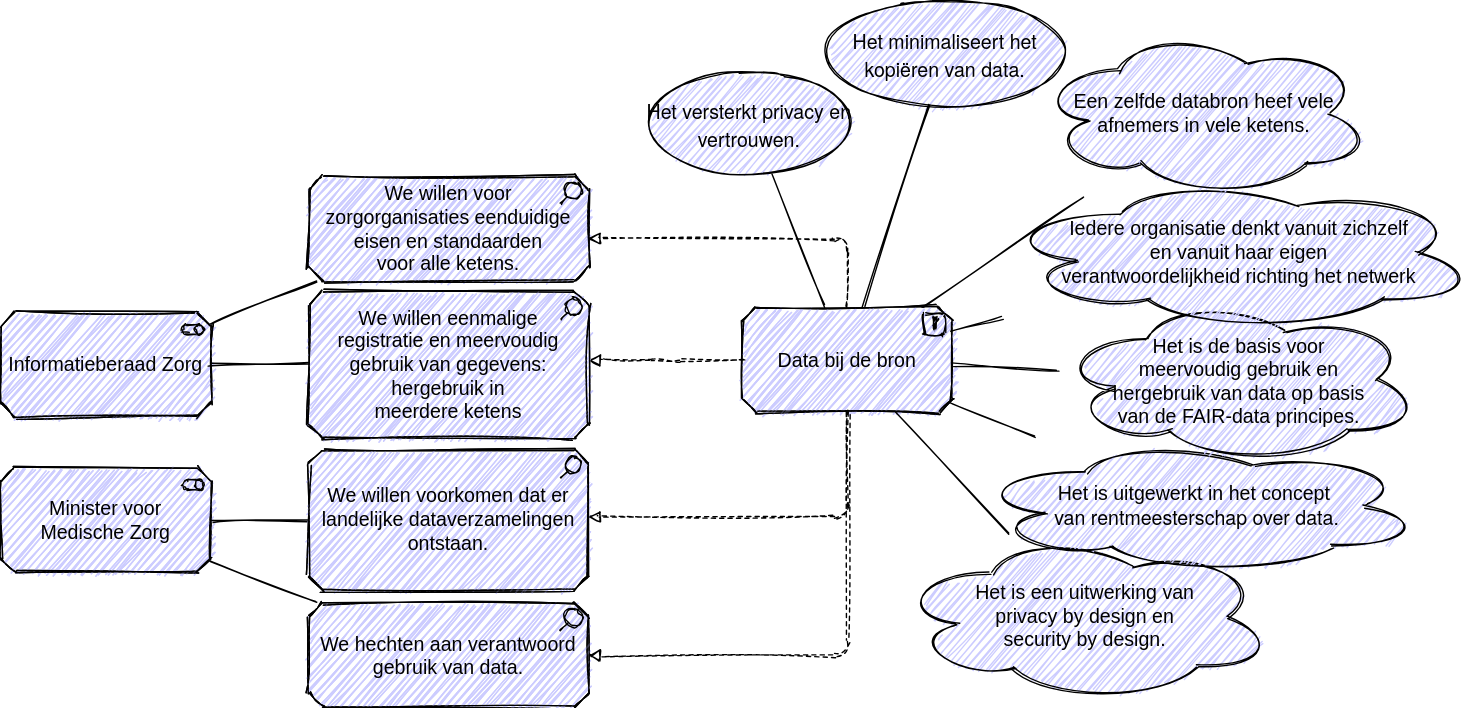
This is .gitbook/assets/motivation/federateddata.svg from dizra/docs, a draw.io export, as it was before one commit. Source tidied: cells renumbered, new cells last; positions are measured from the earlier drawing's top-left corner, leaving out a move shared by most shapes.
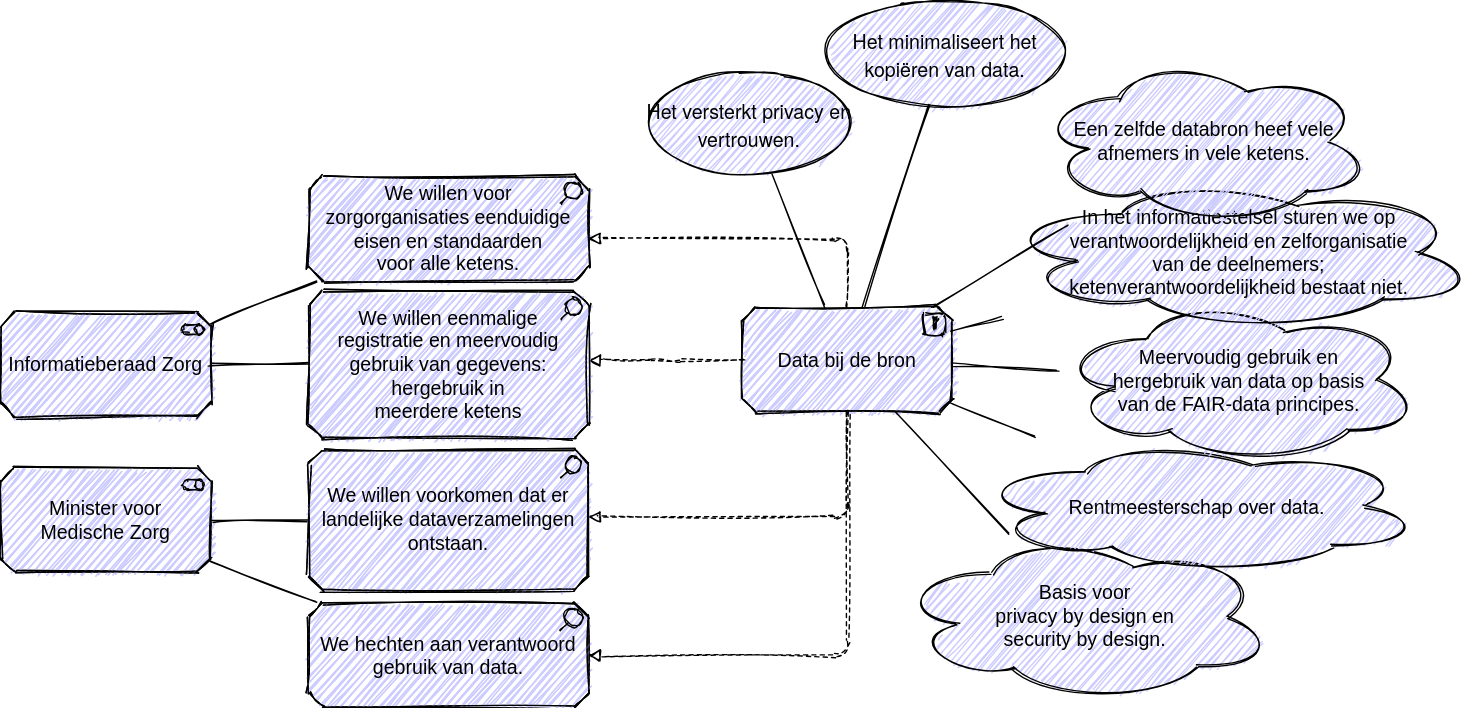
Later version of the same file.

Change to the diagram source:
```diff
@@ -11,7 +11,7 @@
     <mxCell id="4" style="endArrow=none;html=1;fontSize=14;sketch=1;" parent="1" edge="1" source="2" target="3">
       <mxGeometry relative="1" as="geometry" />
     </mxCell>
-    <mxCell id="5" value="Het is een uitwerking van &lt;br style=&quot;font-size: 14px&quot;&gt;privacy by design en &lt;br style=&quot;font-size: 14px&quot;&gt;security by design." style="shape=cloud;html=1;whiteSpace=wrap;fillColor=#CCCCFF;strokeColor=#000000;fontSize=14;fontColor=#000000;sketch=1;" parent="1" vertex="1">
+    <mxCell id="5" value="Basis voor&lt;br style=&quot;font-size: 14px&quot;&gt;privacy by design en &lt;br style=&quot;font-size: 14px&quot;&gt;security by design." style="shape=cloud;html=1;whiteSpace=wrap;fillColor=#CCCCFF;strokeColor=#000000;fontSize=14;fontColor=#000000;sketch=1;" parent="1" vertex="1">
       <mxGeometry x="640" y="380" width="270" height="120" as="geometry" />
     </mxCell>
     <mxCell id="6" style="endArrow=none;html=1;fontSize=14;sketch=1;" parent="1" edge="1" source="2" target="5">
@@ -20,7 +20,7 @@
     <mxCell id="7" style="edgeStyle=elbowEdgeStyle;html=1;endArrow=block;elbow=vertical;endFill=0;dashed=1;sketch=1;" parent="1" edge="1" source="2" target="10">
       <mxGeometry relative="1" as="geometry" />
     </mxCell>
-    <mxCell id="8" value="Het is uitgewerkt in het concept&amp;nbsp;&lt;br style=&quot;font-size: 14px&quot;&gt;&lt;span style=&quot;font-family: &amp;#34;helvetica neue&amp;#34; ; font-size: 14px&quot;&gt;van rentmeesterschap over data.&lt;/span&gt;" style="shape=cloud;html=1;whiteSpace=wrap;fillColor=#CCCCFF;align=center;strokeColor=#000000;fontSize=14;fontColor=#000000;spacingLeft=30;spacingRight=30;sketch=1;" parent="1" vertex="1">
+    <mxCell id="8" value="&lt;span style=&quot;font-size: 14px&quot;&gt;R&lt;/span&gt;&lt;span style=&quot;font-family: &amp;#34;helvetica neue&amp;#34; ; font-size: 14px&quot;&gt;entmeesterschap over data.&lt;/span&gt;" style="shape=cloud;html=1;whiteSpace=wrap;fillColor=#CCCCFF;align=center;strokeColor=#000000;fontSize=14;fontColor=#000000;spacingLeft=30;spacingRight=30;sketch=1;" parent="1" vertex="1">
       <mxGeometry x="695" y="312.5" width="320" height="96.5" as="geometry" />
     </mxCell>
     <mxCell id="9" style="endArrow=none;html=1;fontSize=14;sketch=1;" parent="1" edge="1" source="2" target="8">
@@ -70,13 +70,13 @@
     <mxCell id="21" style="endArrow=none;html=1;sketch=1;" parent="1" edge="1" source="2" target="20">
       <mxGeometry relative="1" as="geometry" />
     </mxCell>
-    <mxCell id="22" value="Het is de basis voor meervoudig gebruik en hergebruik van data op basis van de FAIR-data principes." style="shape=cloud;html=1;whiteSpace=wrap;fillColor=#CCCCFF;strokeColor=#000000;fontSize=14;fontColor=#000000;spacingLeft=30;spacingRight=30;sketch=1;" parent="1" vertex="1">
+    <mxCell id="22" value="Meervoudig gebruik en hergebruik van data op basis van de FAIR-data principes." style="shape=cloud;html=1;whiteSpace=wrap;fillColor=#CCCCFF;strokeColor=#000000;fontSize=14;fontColor=#000000;spacingLeft=30;spacingRight=30;sketch=1;" parent="1" vertex="1">
       <mxGeometry x="755" y="211.5" width="260" height="120" as="geometry" />
     </mxCell>
     <mxCell id="23" style="endArrow=none;html=1;fontSize=14;sketch=1;" parent="1" edge="1" source="2" target="22">
       <mxGeometry relative="1" as="geometry" />
     </mxCell>
-    <mxCell id="24" value="Iedere organisatie denkt vanuit zichzelf &lt;br&gt;en vanuit haar eigen &lt;br&gt;verantwoordelijkheid richting het netwerk" style="shape=cloud;html=1;whiteSpace=wrap;fillColor=#CCCCFF;spacingLeft=30;spacingRight=30;fontSize=14;sketch=1;" parent="1" vertex="1">
+    <mxCell id="24" value="In het informatiestelsel sturen we op verantwoordelijkheid en zelforganisatie &lt;br&gt;van de deelnemers; ketenverantwoordelijkheid bestaat niet." style="shape=cloud;html=1;whiteSpace=wrap;fillColor=#CCCCFF;spacingLeft=30;spacingRight=30;fontSize=14;sketch=1;" parent="1" vertex="1">
       <mxGeometry x="715" y="125" width="340" height="110" as="geometry" />
     </mxCell>
     <mxCell id="25" style="endArrow=none;html=1;sketch=1;" parent="1" edge="1" source="24" target="2">
@@ -96,7 +96,7 @@
       </mxGeometry>
     </mxCell>
     <mxCell id="29" value="&lt;span style=&quot;color: rgb(0 , 0 , 0) ; font-style: normal ; font-weight: normal ; letter-spacing: normal ; text-indent: 0px ; text-transform: none ; word-spacing: 0px ; text-decoration: none&quot;&gt;Een zelfde databron heef vele afnemers in vele ketens.&lt;/span&gt;" style="shape=cloud;html=1;whiteSpace=wrap;fillColor=#CCCCFF;fontSize=14;sketch=1;" parent="1" vertex="1">
-      <mxGeometry x="740" y="20" width="240" height="120" as="geometry" />
+      <mxGeometry x="740" y="40" width="240" height="120" as="geometry" />
     </mxCell>
     <mxCell id="30" style="endArrow=none;html=1;sketch=1;" parent="1" edge="1" source="29" target="2">
       <mxGeometry relative="1" as="geometry" />
```
